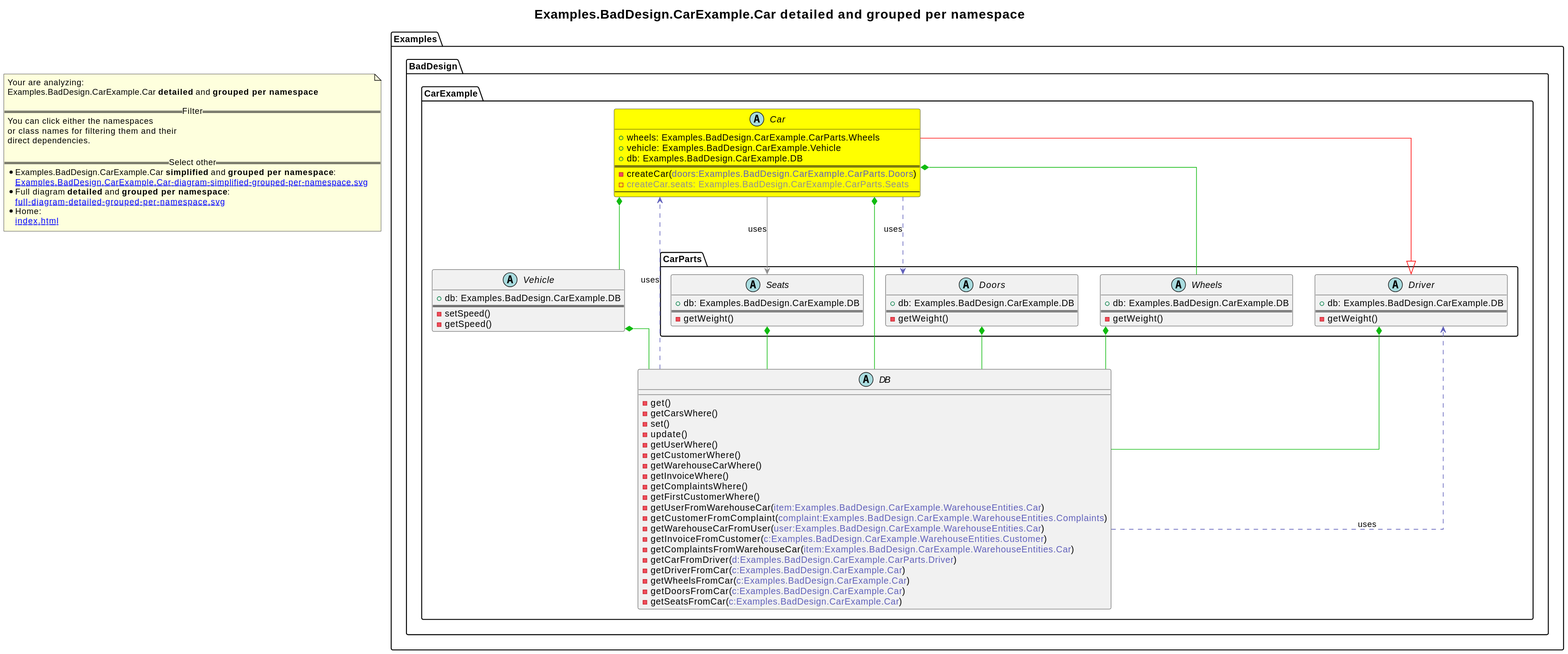
Above: revenger-csharp-adapter.out/Examples.BadDesign.CarExample.Car-diagram-detailed-grouped-per-namespace.svg in 2BlackCoffees/revenger (PlantUML), before the change.
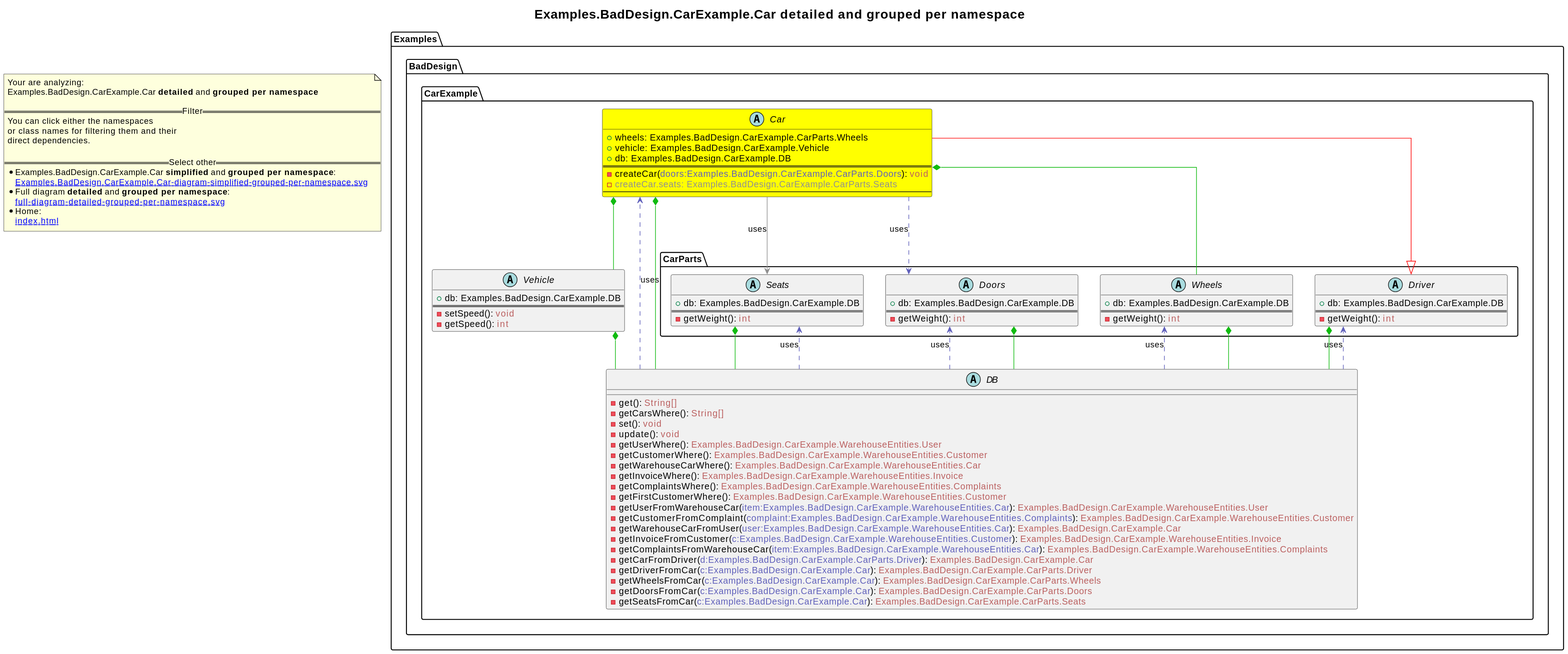
After the change.

The edit, as a diff of the source:
```diff
@@ -10,37 +10,37 @@
       + vehicle: Examples.BadDesign.CarExample.Vehicle
       + db: Examples.BadDesign.CarExample.DB
 ==
-      - createCar(<font color="6060BB">doors:Examples.BadDesign.CarExample.CarParts.Doors</font>)
+      - createCar(<font color="6060BB">doors:Examples.BadDesign.CarExample.CarParts.Doors</font>): <font color="BB6060">void</font>
       - <font color="909090">createCar.seats: Examples.BadDesign.CarExample.CarParts.Seats</font>
 --
     }
     abstract class Examples.BadDesign.CarExample.Vehicle [[Examples.BadDesign.CarExample.Vehicle-diagram-detailed-grouped-per-namespace.svg]]  {
       + db: Examples.BadDesign.CarExample.DB
 ==
-      - setSpeed(<font color="6060BB"></font>)
-      - getSpeed(<font color="6060BB"></font>)
+      - setSpeed(<font color="6060BB"></font>): <font color="BB6060">void</font>
+      - getSpeed(<font color="6060BB"></font>): <font color="BB6060">int</font>
     }
     abstract class Examples.BadDesign.CarExample.DB [[Examples.BadDesign.CarExample.DB-diagram-detailed-grouped-per-namespace.svg]]  {
-      - get(<font color="6060BB"></font>)
-      - getCarsWhere(<font color="6060BB"></font>)
-      - set(<font color="6060BB"></font>)
-      - update(<font color="6060BB"></font>)
-      - getUserWhere(<font color="6060BB"></font>)
-      - getCustomerWhere(<font color="6060BB"></font>)
-      - getWarehouseCarWhere(<font color="6060BB"></font>)
-      - getInvoiceWhere(<font color="6060BB"></font>)
-      - getComplaintsWhere(<font color="6060BB"></font>)
-      - getFirstCustomerWhere(<font color="6060BB"></font>)
-      - getUserFromWarehouseCar(<font color="6060BB">item:Examples.BadDesign.CarExample.WarehouseEntities.Car</font>)
-      - getCustomerFromComplaint(<font color="6060BB">complaint:Examples.BadDesign.CarExample.WarehouseEntities.Complaints</font>)
-      - getWarehouseCarFromUser(<font color="6060BB">user:Examples.BadDesign.CarExample.WarehouseEntities.Car</font>)
-      - getInvoiceFromCustomer(<font color="6060BB">c:Examples.BadDesign.CarExample.WarehouseEntities.Customer</font>)
-      - getComplaintsFromWarehouseCar(<font color="6060BB">item:Examples.BadDesign.CarExample.WarehouseEntities.Car</font>)
-      - getCarFromDriver(<font color="6060BB">d:Examples.BadDesign.CarExample.CarParts.Driver</font>)
-      - getDriverFromCar(<font color="6060BB">c:Examples.BadDesign.CarExample.Car</font>)
-      - getWheelsFromCar(<font color="6060BB">c:Examples.BadDesign.CarExample.Car</font>)
-      - getDoorsFromCar(<font color="6060BB">c:Examples.BadDesign.CarExample.Car</font>)
-      - getSeatsFromCar(<font color="6060BB">c:Examples.BadDesign.CarExample.Car</font>)
+      - get(<font color="6060BB"></font>): <font color="BB6060">String[]</font>
+      - getCarsWhere(<font color="6060BB"></font>): <font color="BB6060">String[]</font>
+      - set(<font color="6060BB"></font>): <font color="BB6060">void</font>
+      - update(<font color="6060BB"></font>): <font color="BB6060">void</font>
+      - getUserWhere(<font color="6060BB"></font>): <font color="BB6060">Examples.BadDesign.CarExample.WarehouseEntities.User</font>
+      - getCustomerWhere(<font color="6060BB"></font>): <font color="BB6060">Examples.BadDesign.CarExample.WarehouseEntities.Customer</font>
+      - getWarehouseCarWhere(<font color="6060BB"></font>): <font color="BB6060">Examples.BadDesign.CarExample.WarehouseEntities.Car</font>
+      - getInvoiceWhere(<font color="6060BB"></font>): <font color="BB6060">Examples.BadDesign.CarExample.WarehouseEntities.Invoice</font>
+      - getComplaintsWhere(<font color="6060BB"></font>): <font color="BB6060">Examples.BadDesign.CarExample.WarehouseEntities.Complaints</font>
+      - getFirstCustomerWhere(<font color="6060BB"></font>): <font color="BB6060">Examples.BadDesign.CarExample.WarehouseEntities.Customer</font>
+      - getUserFromWarehouseCar(<font color="6060BB">item:Examples.BadDesign.CarExample.WarehouseEntities.Car</font>): <font color="BB6060">Examples.BadDesign.CarExample.WarehouseEntities.User</font>
+      - getCustomerFromComplaint(<font color="6060BB">complaint:Examples.BadDesign.CarExample.WarehouseEntities.Complaints</font>): <font color="BB6060">Examples.BadDesign.CarExample.WarehouseEntities.Customer</font>
+      - getWarehouseCarFromUser(<font color="6060BB">user:Examples.BadDesign.CarExample.WarehouseEntities.Car</font>): <font color="BB6060">Examples.BadDesign.CarExample.Car</font>
+      - getInvoiceFromCustomer(<font color="6060BB">c:Examples.BadDesign.CarExample.WarehouseEntities.Customer</font>): <font color="BB6060">Examples.BadDesign.CarExample.WarehouseEntities.Invoice</font>
+      - getComplaintsFromWarehouseCar(<font color="6060BB">item:Examples.BadDesign.CarExample.WarehouseEntities.Car</font>): <font color="BB6060">Examples.BadDesign.CarExample.WarehouseEntities.Complaints</font>
+      - getCarFromDriver(<font color="6060BB">d:Examples.BadDesign.CarExample.CarParts.Driver</font>): <font color="BB6060">Examples.BadDesign.CarExample.Car</font>
+      - getDriverFromCar(<font color="6060BB">c:Examples.BadDesign.CarExample.Car</font>): <font color="BB6060">Examples.BadDesign.CarExample.CarParts.Driver</font>
+      - getWheelsFromCar(<font color="6060BB">c:Examples.BadDesign.CarExample.Car</font>): <font color="BB6060">Examples.BadDesign.CarExample.CarParts.Wheels</font>
+      - getDoorsFromCar(<font color="6060BB">c:Examples.BadDesign.CarExample.Car</font>): <font color="BB6060">Examples.BadDesign.CarExample.CarParts.Doors</font>
+      - getSeatsFromCar(<font color="6060BB">c:Examples.BadDesign.CarExample.Car</font>): <font color="BB6060">Examples.BadDesign.CarExample.CarParts.Seats</font>
     }
 }
 }
@@ -52,22 +52,22 @@
       abstract class Examples.BadDesign.CarExample.CarParts.Driver [[Examples.BadDesign.CarExample.CarParts.Driver-diagram-detailed-grouped-per-namespace.svg]]  {
         + db: Examples.BadDesign.CarExample.DB
 ==
-        - getWeight(<font color="6060BB"></font>)
+        - getWeight(<font color="6060BB"></font>): <font color="BB6060">int</font>
       }
       abstract class Examples.BadDesign.CarExample.CarParts.Wheels [[Examples.BadDesign.CarExample.CarParts.Wheels-diagram-detailed-grouped-per-namespace.svg]]  {
         + db: Examples.BadDesign.CarExample.DB
 ==
-        - getWeight(<font color="6060BB"></font>)
+        - getWeight(<font color="6060BB"></font>): <font color="BB6060">int</font>
       }
       abstract class Examples.BadDesign.CarExample.CarParts.Doors [[Examples.BadDesign.CarExample.CarParts.Doors-diagram-detailed-grouped-per-namespace.svg]]  {
         + db: Examples.BadDesign.CarExample.DB
 ==
-        - getWeight(<font color="6060BB"></font>)
+        - getWeight(<font color="6060BB"></font>): <font color="BB6060">int</font>
       }
       abstract class Examples.BadDesign.CarExample.CarParts.Seats [[Examples.BadDesign.CarExample.CarParts.Seats-diagram-detailed-grouped-per-namespace.svg]]  {
         + db: Examples.BadDesign.CarExample.DB
 ==
-        - getWeight(<font color="6060BB"></font>)
+        - getWeight(<font color="6060BB"></font>): <font color="BB6060">int</font>
       }
 }
 }
@@ -80,8 +80,11 @@
 Examples.BadDesign.CarExample.Car .[#6060BB].> Examples.BadDesign.CarExample.CarParts.Doors  : uses
 Examples.BadDesign.CarExample.Car -[#909090]-> Examples.BadDesign.CarExample.CarParts.Seats  : uses
 Examples.BadDesign.CarExample.Vehicle *-[#10BB10]- Examples.BadDesign.CarExample.DB
+Examples.BadDesign.CarExample.DB .[#6060BB].> Examples.BadDesign.CarExample.Car  : uses
 Examples.BadDesign.CarExample.DB .[#6060BB].> Examples.BadDesign.CarExample.CarParts.Driver  : uses
-Examples.BadDesign.CarExample.DB .[#6060BB].> Examples.BadDesign.CarExample.Car  : uses
+Examples.BadDesign.CarExample.DB .[#6060BB].> Examples.BadDesign.CarExample.CarParts.Wheels  : uses
+Examples.BadDesign.CarExample.DB .[#6060BB].> Examples.BadDesign.CarExample.CarParts.Doors  : uses
+Examples.BadDesign.CarExample.DB .[#6060BB].> Examples.BadDesign.CarExample.CarParts.Seats  : uses
 Examples.BadDesign.CarExample.CarParts.Driver *-[#10BB10]- Examples.BadDesign.CarExample.DB
 Examples.BadDesign.CarExample.CarParts.Wheels *-[#10BB10]- Examples.BadDesign.CarExample.DB
 Examples.BadDesign.CarExample.CarParts.Doors *-[#10BB10]- Examples.BadDesign.CarExample.DB
```
